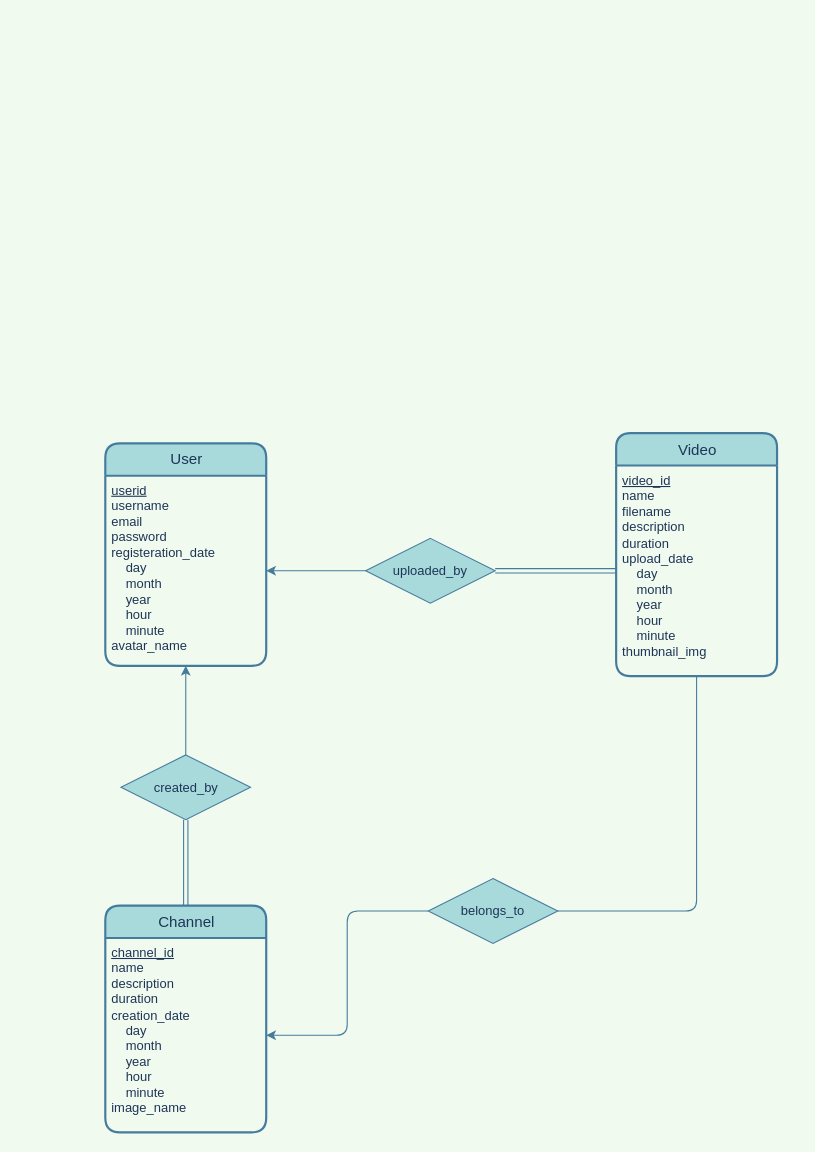
The draw.io diagram 01_er/erd.drawio in sd702004/db_project, before the edit. Source tidied: cells renumbered, new cells numbered last; positions are measured from the earlier drawing's top-left corner, leaving out a move shared by most shapes. Both pictures are drawn from the tidied source at 108%, with x=0, y=0 at pixel (105, 433).
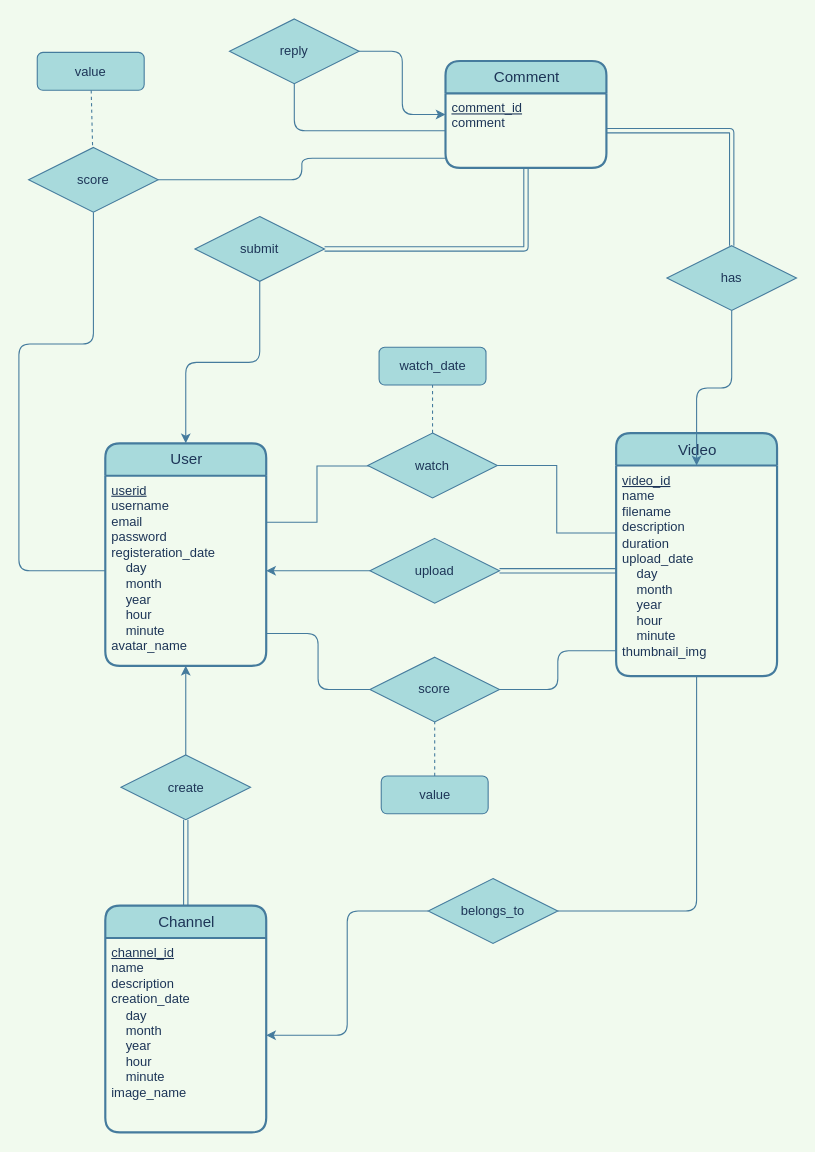
After the change.

Commit message:
Comment entity added

The change refers to these unchanged cells:
```xml
<mxCell id="2" value="User" style="swimlane;horizontal=1;startSize=30;rounded=1;fontSize=14;fontStyle=0;strokeWidth=2;shadow=0;dashed=0;align=center;html=1;fillColor=#A8DADC;strokeColor=#457B9D;fontColor=#1D3557;" parent="1" vertex="1">
  <mxGeometry y="9" width="149" height="206" as="geometry" />
</mxCell>
<mxCell id="3" value="&lt;u&gt;userid&lt;/u&gt;&lt;br&gt;username&lt;br&gt;email&lt;br&gt;password&lt;br&gt;&lt;div&gt;registeration_date&lt;/div&gt;&lt;div&gt;&amp;nbsp;&amp;nbsp;&amp;nbsp; day&lt;/div&gt;&lt;div&gt;&amp;nbsp;&amp;nbsp;&amp;nbsp; month&lt;/div&gt;&lt;div&gt;&amp;nbsp;&amp;nbsp;&amp;nbsp; year&lt;/div&gt;&lt;div&gt;&amp;nbsp;&amp;nbsp;&amp;nbsp; hour&lt;/div&gt;&lt;div&gt;&amp;nbsp;&amp;nbsp;&amp;nbsp; minute&lt;/div&gt;avatar_name" style="align=left;strokeColor=none;fillColor=none;spacingLeft=4;fontSize=12;verticalAlign=top;fontStyle=0;html=1;fontColor=#1D3557;" parent="2" vertex="1">
  <mxGeometry y="30" width="149" height="176" as="geometry" />
</mxCell>
<mxCell id="5" value="&lt;div&gt;&lt;u&gt;video_id&lt;/u&gt;&lt;/div&gt;&lt;div&gt;name&lt;/div&gt;&lt;div&gt;filename&lt;u&gt;&lt;br&gt;&lt;/u&gt;&lt;/div&gt;&lt;div&gt;description&lt;u&gt;&lt;br&gt;&lt;/u&gt;&lt;/div&gt;&lt;div&gt;duration&lt;br&gt;&lt;div&gt;upload_date&lt;/div&gt;&lt;div&gt;&amp;nbsp;&amp;nbsp;&amp;nbsp; day&lt;/div&gt;&lt;div&gt;&amp;nbsp;&amp;nbsp;&amp;nbsp; month&lt;/div&gt;&lt;div&gt;&amp;nbsp;&amp;nbsp;&amp;nbsp; year&lt;/div&gt;&lt;div&gt;&amp;nbsp;&amp;nbsp;&amp;nbsp; hour&lt;/div&gt;&lt;div&gt;&amp;nbsp;&amp;nbsp;&amp;nbsp; minute&lt;/div&gt;&lt;div&gt;thumbnail_img&lt;br&gt;&lt;/div&gt;&lt;/div&gt;" style="align=left;strokeColor=none;fillColor=none;spacingLeft=4;fontSize=12;verticalAlign=top;fontStyle=0;html=1;fontColor=#1D3557;" parent="4" vertex="1">
  <mxGeometry y="30" width="149" height="195" as="geometry" />
</mxCell>
<mxCell id="10" value="Channel" style="swimlane;horizontal=1;startSize=30;rounded=1;fontSize=14;fontStyle=0;strokeWidth=2;shadow=0;dashed=0;align=center;html=1;fillColor=#A8DADC;strokeColor=#457B9D;fontColor=#1D3557;" parent="1" vertex="1">
  <mxGeometry y="437" width="149" height="210" as="geometry" />
</mxCell>
<mxCell id="15" value="belongs_to" style="shape=rhombus;perimeter=rhombusPerimeter;whiteSpace=wrap;html=1;align=center;rounded=0;sketch=0;fontColor=#1D3557;strokeColor=#457B9D;fillColor=#A8DADC;" parent="1" vertex="1">
  <mxGeometry x="299" y="412" width="120" height="60" as="geometry" />
</mxCell>
```

Diff of the diagram source:
```diff
@@
+    <mxCell id="17" style="edgeStyle=orthogonalEdgeStyle;rounded=1;sketch=0;jettySize=auto;html=1;fontColor=#1D3557;startArrow=classic;startFill=1;endArrow=none;endFill=0;strokeColor=#457B9D;fillColor=#A8DADC;" parent="1" edge="1" source="2" target="30">
+      <mxGeometry relative="1" as="geometry" />
+    </mxCell>
@@
-    <mxCell id="6" style="edgeStyle=orthogonalEdgeStyle;curved=0;rounded=1;sketch=0;jettySize=auto;html=1;fontColor=#1D3557;strokeColor=#457B9D;fillColor=#A8DADC;" parent="1" edge="1" source="7" target="3">
+    <mxCell id="6" style="edgeStyle=orthogonalEdgeStyle;curved=0;rounded=1;sketch=0;jettySize=auto;html=1;fontColor=#1D3557;strokeColor=#457B9D;fillColor=#A8DADC;labelBackgroundColor=#F1FAEE;" parent="1" edge="1" source="7" target="3">
       <mxGeometry relative="1" as="geometry" />
     </mxCell>
-    <mxCell id="7" value="uploaded_by" style="shape=rhombus;perimeter=rhombusPerimeter;whiteSpace=wrap;html=1;align=center;rounded=0;sketch=0;fontColor=#1D3557;strokeColor=#457B9D;fillColor=#A8DADC;" parent="1" vertex="1">
-      <mxGeometry x="241" y="97" width="120" height="60" as="geometry" />
+    <mxCell id="7" value="upload" style="shape=rhombus;perimeter=rhombusPerimeter;whiteSpace=wrap;html=1;align=center;rounded=0;sketch=0;fontColor=#1D3557;strokeColor=#457B9D;fillColor=#A8DADC;" parent="1" vertex="1">
+      <mxGeometry x="245" y="97" width="120" height="60" as="geometry" />
     </mxCell>
-    <mxCell id="8" style="edgeStyle=orthogonalEdgeStyle;curved=0;rounded=1;sketch=0;jettySize=auto;html=1;fontColor=#1D3557;strokeColor=#457B9D;fillColor=#A8DADC;endArrow=none;endFill=0;shape=link;" parent="1" edge="1" source="5" target="7">
+    <mxCell id="8" style="edgeStyle=orthogonalEdgeStyle;curved=0;rounded=1;sketch=0;jettySize=auto;html=1;fontColor=#1D3557;strokeColor=#457B9D;fillColor=#A8DADC;endArrow=none;endFill=0;shape=link;labelBackgroundColor=#F1FAEE;" parent="1" edge="1" source="5" target="7">
       <mxGeometry relative="1" as="geometry" />
     </mxCell>
-    <mxCell id="9" style="edgeStyle=orthogonalEdgeStyle;shape=link;curved=0;rounded=1;sketch=0;jettySize=auto;html=1;entryX=0.5;entryY=1;entryDx=0;entryDy=0;fontColor=#1D3557;endArrow=none;endFill=0;strokeColor=#457B9D;fillColor=#A8DADC;" parent="1" edge="1" source="10" target="13">
+    <mxCell id="9" style="edgeStyle=orthogonalEdgeStyle;shape=link;curved=0;rounded=1;sketch=0;jettySize=auto;html=1;entryX=0.5;entryY=1;entryDx=0;entryDy=0;fontColor=#1D3557;endArrow=none;endFill=0;strokeColor=#457B9D;fillColor=#A8DADC;labelBackgroundColor=#F1FAEE;" parent="1" edge="1" source="10" target="13">
       <mxGeometry relative="1" as="geometry" />
     </mxCell>
@@
-    <mxCell id="11" value="&lt;div&gt;&lt;u&gt;channel_id&lt;/u&gt;&lt;/div&gt;&lt;div&gt;name&lt;/div&gt;&lt;div&gt;description&lt;u&gt;&lt;br&gt;&lt;/u&gt;&lt;/div&gt;&lt;div&gt;duration&lt;br&gt;&lt;div&gt;creation_date&lt;/div&gt;&lt;div&gt;&amp;nbsp;&amp;nbsp;&amp;nbsp; day&lt;/div&gt;&lt;div&gt;&amp;nbsp;&amp;nbsp;&amp;nbsp; month&lt;/div&gt;&lt;div&gt;&amp;nbsp;&amp;nbsp;&amp;nbsp; year&lt;/div&gt;&lt;div&gt;&amp;nbsp;&amp;nbsp;&amp;nbsp; hour&lt;/div&gt;&lt;div&gt;&amp;nbsp;&amp;nbsp;&amp;nbsp; minute&lt;/div&gt;&lt;div&gt;image_name&lt;br&gt;&lt;/div&gt;&lt;/div&gt;" style="align=left;strokeColor=none;fillColor=none;spacingLeft=4;fontSize=12;verticalAlign=top;fontStyle=0;html=1;fontColor=#1D3557;" parent="10" vertex="1">
+    <mxCell id="11" value="&lt;div&gt;&lt;u&gt;channel_id&lt;/u&gt;&lt;/div&gt;&lt;div&gt;name&lt;/div&gt;&lt;div&gt;description&lt;br&gt;&lt;div&gt;creation_date&lt;/div&gt;&lt;div&gt;&amp;nbsp;&amp;nbsp;&amp;nbsp; day&lt;/div&gt;&lt;div&gt;&amp;nbsp;&amp;nbsp;&amp;nbsp; month&lt;/div&gt;&lt;div&gt;&amp;nbsp;&amp;nbsp;&amp;nbsp; year&lt;/div&gt;&lt;div&gt;&amp;nbsp;&amp;nbsp;&amp;nbsp; hour&lt;/div&gt;&lt;div&gt;&amp;nbsp;&amp;nbsp;&amp;nbsp; minute&lt;/div&gt;&lt;div&gt;image_name&lt;br&gt;&lt;/div&gt;&lt;/div&gt;" style="align=left;strokeColor=none;fillColor=none;spacingLeft=4;fontSize=12;verticalAlign=top;fontStyle=0;html=1;fontColor=#1D3557;" parent="10" vertex="1">
       <mxGeometry y="30" width="149" height="180" as="geometry" />
     </mxCell>
-    <mxCell id="12" style="edgeStyle=orthogonalEdgeStyle;curved=0;rounded=1;sketch=0;jettySize=auto;html=1;exitX=0.5;exitY=0;exitDx=0;exitDy=0;fontColor=#1D3557;endArrow=classic;endFill=1;strokeColor=#457B9D;fillColor=#A8DADC;" parent="1" edge="1" source="13" target="3">
+    <mxCell id="12" style="edgeStyle=orthogonalEdgeStyle;curved=0;rounded=1;sketch=0;jettySize=auto;html=1;exitX=0.5;exitY=0;exitDx=0;exitDy=0;fontColor=#1D3557;endArrow=classic;endFill=1;strokeColor=#457B9D;fillColor=#A8DADC;labelBackgroundColor=#F1FAEE;" parent="1" edge="1" source="13" target="3">
       <mxGeometry relative="1" as="geometry" />
     </mxCell>
-    <mxCell id="13" value="created_by" style="shape=rhombus;perimeter=rhombusPerimeter;whiteSpace=wrap;html=1;align=center;rounded=0;sketch=0;fontColor=#1D3557;strokeColor=#457B9D;fillColor=#A8DADC;" parent="1" vertex="1">
+    <mxCell id="13" value="create" style="shape=rhombus;perimeter=rhombusPerimeter;whiteSpace=wrap;html=1;align=center;rounded=0;sketch=0;fontColor=#1D3557;strokeColor=#457B9D;fillColor=#A8DADC;" parent="1" vertex="1">
       <mxGeometry x="14.5" y="297.5" width="120" height="60" as="geometry" />
     </mxCell>
-    <mxCell id="14" style="edgeStyle=orthogonalEdgeStyle;curved=0;rounded=1;sketch=0;jettySize=auto;html=1;fontColor=#1D3557;endArrow=none;endFill=0;strokeColor=#457B9D;fillColor=#A8DADC;" parent="1" edge="1" source="15" target="5">
+    <mxCell id="14" style="edgeStyle=orthogonalEdgeStyle;curved=0;rounded=1;sketch=0;jettySize=auto;html=1;fontColor=#1D3557;endArrow=none;endFill=0;strokeColor=#457B9D;fillColor=#A8DADC;labelBackgroundColor=#F1FAEE;" parent="1" edge="1" source="15" target="5">
       <mxGeometry relative="1" as="geometry" />
     </mxCell>
@@
-    <mxCell id="16" style="edgeStyle=orthogonalEdgeStyle;curved=0;rounded=1;sketch=0;jettySize=auto;html=1;fontColor=#1D3557;endArrow=none;endFill=0;strokeColor=#457B9D;fillColor=#A8DADC;startArrow=classic;startFill=1;" parent="1" edge="1" source="11" target="15">
+    <mxCell id="16" style="edgeStyle=orthogonalEdgeStyle;curved=0;rounded=1;sketch=0;jettySize=auto;html=1;fontColor=#1D3557;endArrow=none;endFill=0;strokeColor=#457B9D;fillColor=#A8DADC;startArrow=classic;startFill=1;labelBackgroundColor=#F1FAEE;" parent="1" edge="1" source="11" target="15">
       <mxGeometry relative="1" as="geometry" />
     </mxCell>
+    <mxCell id="18" style="edgeStyle=orthogonalEdgeStyle;rounded=0;jettySize=auto;html=1;endArrow=none;endFill=0;labelBackgroundColor=#F1FAEE;strokeColor=#457B9D;fontColor=#1D3557;" parent="1" edge="1" source="20" target="5">
+      <mxGeometry relative="1" as="geometry">
+        <Array as="points">
+          <mxPoint x="418" y="30" />
+          <mxPoint x="418" y="92" />
+        </Array>
+      </mxGeometry>
+    </mxCell>
+    <mxCell id="19" style="rounded=1;sketch=0;jettySize=auto;html=1;fontColor=#1D3557;strokeColor=#457B9D;fillColor=#A8DADC;dashed=1;endArrow=none;endFill=0;" parent="1" edge="1" source="20" target="22">
+      <mxGeometry relative="1" as="geometry" />
+    </mxCell>
+    <mxCell id="20" value="watch" style="shape=rhombus;perimeter=rhombusPerimeter;whiteSpace=wrap;html=1;align=center;rounded=0;sketch=0;fontColor=#1D3557;strokeColor=#457B9D;fillColor=#A8DADC;" parent="1" vertex="1">
+      <mxGeometry x="243" y="-0.5" width="120" height="60" as="geometry" />
+    </mxCell>
+    <mxCell id="21" style="edgeStyle=orthogonalEdgeStyle;rounded=0;jettySize=auto;html=1;endArrow=none;endFill=0;labelBackgroundColor=#F1FAEE;strokeColor=#457B9D;fontColor=#1D3557;" parent="1" edge="1" source="3" target="20">
+      <mxGeometry relative="1" as="geometry">
+        <Array as="points">
+          <mxPoint x="196" y="82" />
+          <mxPoint x="196" y="30" />
+        </Array>
+      </mxGeometry>
+    </mxCell>
+    <mxCell id="22" value="watch_date" style="rounded=1;whiteSpace=wrap;html=1;sketch=0;fontColor=#1D3557;strokeColor=#457B9D;fillColor=#A8DADC;" parent="1" vertex="1">
+      <mxGeometry x="253.5" y="-80" width="99" height="35" as="geometry" />
+    </mxCell>
+    <mxCell id="23" value="&amp;nbsp;" style="text;whiteSpace=wrap;html=1;fontColor=#1D3557;" parent="1" vertex="1">
+      <mxGeometry x="269" y="228" width="24" height="28" as="geometry" />
+    </mxCell>
+    <mxCell id="24" value="Comment" style="swimlane;horizontal=1;startSize=30;rounded=1;fontSize=14;fontStyle=0;strokeWidth=2;shadow=0;dashed=0;align=center;html=1;fillColor=#A8DADC;strokeColor=#457B9D;fontColor=#1D3557;" parent="1" vertex="1">
+      <mxGeometry x="315" y="-345" width="149" height="99" as="geometry" />
+    </mxCell>
+    <mxCell id="25" value="&lt;div&gt;&lt;u&gt;comment_id&lt;/u&gt;&lt;/div&gt;comment" style="align=left;strokeColor=none;fillColor=none;spacingLeft=4;fontSize=12;verticalAlign=top;fontStyle=0;html=1;fontColor=#1D3557;" parent="24" vertex="1">
+      <mxGeometry y="30" width="149" height="69" as="geometry" />
+    </mxCell>
+    <mxCell id="26" value="has" style="shape=rhombus;perimeter=rhombusPerimeter;whiteSpace=wrap;html=1;align=center;rounded=0;sketch=0;fontColor=#1D3557;strokeColor=#457B9D;fillColor=#A8DADC;" parent="1" vertex="1">
+      <mxGeometry x="520" y="-174" width="120" height="60" as="geometry" />
+    </mxCell>
+    <mxCell id="27" style="edgeStyle=orthogonalEdgeStyle;rounded=1;sketch=0;jettySize=auto;html=1;fontColor=#1D3557;endArrow=none;endFill=0;strokeColor=#457B9D;fillColor=#A8DADC;shape=link;" parent="1" edge="1" source="25" target="26">
+      <mxGeometry relative="1" as="geometry" />
+    </mxCell>
+    <mxCell id="28" style="edgeStyle=orthogonalEdgeStyle;rounded=1;sketch=0;jettySize=auto;html=1;fontColor=#1D3557;endArrow=none;endFill=0;strokeColor=#457B9D;fillColor=#A8DADC;startArrow=classic;startFill=1;" parent="1" edge="1" source="5" target="26">
+      <mxGeometry relative="1" as="geometry" />
+    </mxCell>
+    <mxCell id="29" style="edgeStyle=orthogonalEdgeStyle;rounded=1;sketch=0;jettySize=auto;html=1;fontColor=#1D3557;startArrow=classic;startFill=1;endArrow=none;endFill=0;strokeColor=#457B9D;fillColor=#A8DADC;shape=link;" parent="1" edge="1" source="30" target="25">
+      <mxGeometry relative="1" as="geometry" />
+    </mxCell>
+    <mxCell id="30" value="submit" style="shape=rhombus;perimeter=rhombusPerimeter;whiteSpace=wrap;html=1;align=center;rounded=0;sketch=0;fontColor=#1D3557;strokeColor=#457B9D;fillColor=#A8DADC;" parent="1" vertex="1">
+      <mxGeometry x="83" y="-201" width="120" height="60" as="geometry" />
+    </mxCell>
+    <mxCell id="31" style="edgeStyle=orthogonalEdgeStyle;rounded=1;sketch=0;jettySize=auto;html=1;fontColor=#1D3557;startArrow=none;startFill=0;endArrow=classic;endFill=1;strokeColor=#457B9D;fillColor=#A8DADC;" parent="1" edge="1" source="32" target="24">
+      <mxGeometry relative="1" as="geometry" />
+    </mxCell>
+    <mxCell id="32" value="reply" style="shape=rhombus;perimeter=rhombusPerimeter;whiteSpace=wrap;html=1;align=center;rounded=0;sketch=0;fontColor=#1D3557;strokeColor=#457B9D;fillColor=#A8DADC;" parent="1" vertex="1">
+      <mxGeometry x="115" y="-384" width="120" height="60" as="geometry" />
+    </mxCell>
+    <mxCell id="33" style="edgeStyle=orthogonalEdgeStyle;rounded=1;sketch=0;jettySize=auto;html=1;entryX=0.5;entryY=1;entryDx=0;entryDy=0;fontColor=#1D3557;startArrow=none;startFill=0;endArrow=none;endFill=0;strokeColor=#457B9D;fillColor=#A8DADC;" parent="1" edge="1" source="25" target="32">
+      <mxGeometry relative="1" as="geometry" />
+    </mxCell>
+    <mxCell id="34" style="edgeStyle=orthogonalEdgeStyle;rounded=1;sketch=0;jettySize=auto;html=1;fontColor=#1D3557;startArrow=none;startFill=0;endArrow=none;endFill=0;strokeColor=#457B9D;fillColor=#A8DADC;" parent="1" edge="1" source="35" target="5">
+      <mxGeometry relative="1" as="geometry">
+        <Array as="points">
+          <mxPoint x="419" y="237" />
+          <mxPoint x="419" y="201" />
+        </Array>
+      </mxGeometry>
+    </mxCell>
+    <mxCell id="35" value="score" style="shape=rhombus;perimeter=rhombusPerimeter;whiteSpace=wrap;html=1;align=center;rounded=0;sketch=0;fontColor=#1D3557;strokeColor=#457B9D;fillColor=#A8DADC;" parent="1" vertex="1">
+      <mxGeometry x="245" y="207" width="120" height="60" as="geometry" />
+    </mxCell>
+    <mxCell id="36" style="edgeStyle=orthogonalEdgeStyle;rounded=1;sketch=0;jettySize=auto;html=1;fontColor=#1D3557;startArrow=none;startFill=0;endArrow=none;endFill=0;strokeColor=#457B9D;fillColor=#A8DADC;" parent="1" edge="1" source="3" target="35">
+      <mxGeometry relative="1" as="geometry">
+        <Array as="points">
+          <mxPoint x="197" y="185" />
+          <mxPoint x="197" y="237" />
+        </Array>
+      </mxGeometry>
+    </mxCell>
+    <mxCell id="37" value="value" style="rounded=1;whiteSpace=wrap;html=1;sketch=0;fontColor=#1D3557;strokeColor=#457B9D;fillColor=#A8DADC;" parent="1" vertex="1">
+      <mxGeometry x="255.5" y="317" width="99" height="35" as="geometry" />
+    </mxCell>
+    <mxCell id="38" style="rounded=1;sketch=0;jettySize=auto;html=1;fontColor=#1D3557;strokeColor=#457B9D;fillColor=#A8DADC;dashed=1;endArrow=none;endFill=0;" parent="1" edge="1" source="37" target="35">
+      <mxGeometry relative="1" as="geometry" />
+    </mxCell>
+    <mxCell id="39" style="edgeStyle=orthogonalEdgeStyle;rounded=1;sketch=0;jettySize=auto;html=1;fontColor=#1D3557;startArrow=none;startFill=0;endArrow=none;endFill=0;strokeColor=#457B9D;fillColor=#A8DADC;" parent="1" edge="1" source="40" target="25">
+      <mxGeometry relative="1" as="geometry">
+        <Array as="points">
+          <mxPoint x="182" y="-235" />
+          <mxPoint x="182" y="-255" />
+        </Array>
+      </mxGeometry>
+    </mxCell>
+    <mxCell id="40" value="score" style="shape=rhombus;perimeter=rhombusPerimeter;whiteSpace=wrap;html=1;align=center;rounded=0;sketch=0;fontColor=#1D3557;strokeColor=#457B9D;fillColor=#A8DADC;" parent="1" vertex="1">
+      <mxGeometry x="-71" y="-265" width="120" height="60" as="geometry" />
+    </mxCell>
+    <mxCell id="41" value="value" style="rounded=1;whiteSpace=wrap;html=1;sketch=0;fontColor=#1D3557;strokeColor=#457B9D;fillColor=#A8DADC;" parent="1" vertex="1">
+      <mxGeometry x="-63" y="-353" width="99" height="35" as="geometry" />
+    </mxCell>
+    <mxCell id="42" style="rounded=1;sketch=0;jettySize=auto;html=1;fontColor=#1D3557;strokeColor=#457B9D;fillColor=#A8DADC;dashed=1;endArrow=none;endFill=0;" parent="1" edge="1" source="41" target="40">
+      <mxGeometry relative="1" as="geometry" />
+    </mxCell>
+    <mxCell id="43" style="edgeStyle=orthogonalEdgeStyle;rounded=1;sketch=0;jettySize=auto;html=1;fontColor=#1D3557;startArrow=none;startFill=0;endArrow=none;endFill=0;strokeColor=#457B9D;fillColor=#A8DADC;" parent="1" edge="1" source="3" target="40">
+      <mxGeometry relative="1" as="geometry">
+        <Array as="points">
+          <mxPoint x="-80" y="127" />
+          <mxPoint x="-80" y="-83" />
+          <mxPoint x="-11" y="-83" />
+        </Array>
+      </mxGeometry>
+    </mxCell>
```
